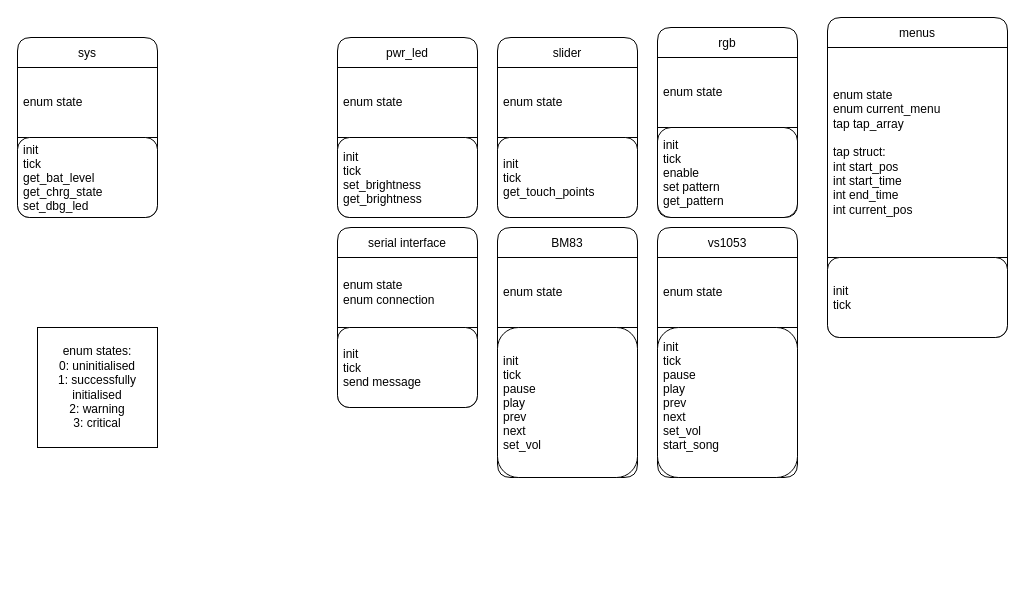
Scaniox/Glassphones keeps this draw.io diagram as V2/code/M0 firmware/program layout.drawio. Above is the earlier version. Source tidied: cells renumbered, new cells numbered last; positions are measured from the earlier drawing's top-left corner, leaving out a move shared by most shapes. Both pictures are drawn from the tidied source at 100%, with x=0, y=0 at pixel (17, 17).
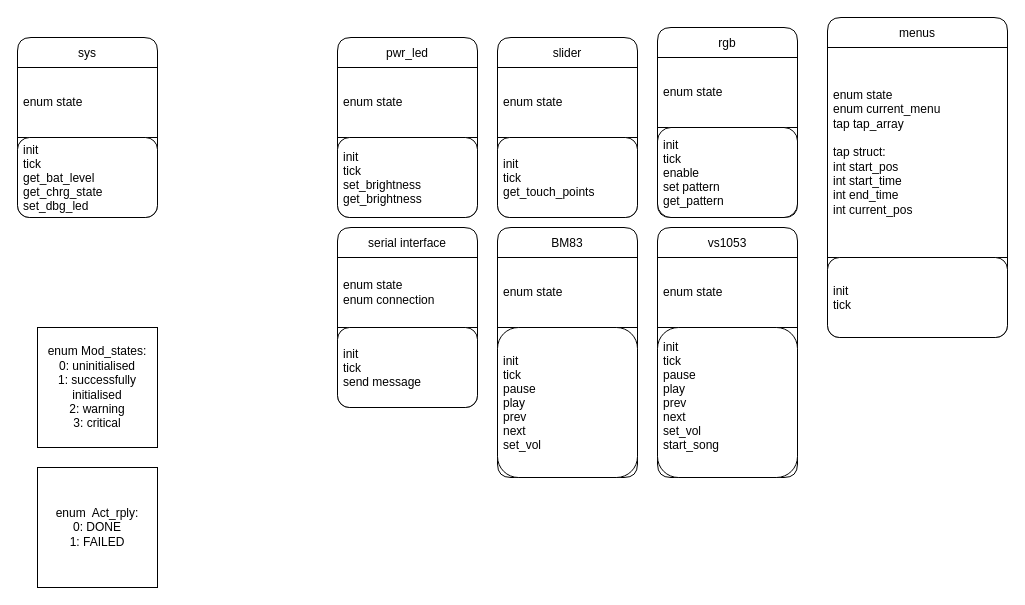
The same diagram, later.

What changed in the source:
```diff
@@
-    <mxCell id="5" value="enum states:&lt;br&gt;0: uninitialised&lt;br&gt;1: successfully initialised&lt;br&gt;2: warning&lt;br&gt;3: critical" style="rounded=0;whiteSpace=wrap;html=1;" parent="1" vertex="1">
+    <mxCell id="5" value="enum Mod_states:&lt;br&gt;0: uninitialised&lt;br&gt;1: successfully initialised&lt;br&gt;2: warning&lt;br&gt;3: critical" style="rounded=0;whiteSpace=wrap;html=1;" parent="1" vertex="1">
       <mxGeometry x="20" y="310" width="120" height="120" as="geometry" />
     </mxCell>
@@
+    <mxCell id="27" value="enum&amp;nbsp; Act_rply:&lt;br&gt;0: DONE&lt;br&gt;1: FAILED" style="rounded=0;whiteSpace=wrap;html=1;" parent="1" vertex="1">
+      <mxGeometry x="20" y="450" width="120" height="120" as="geometry" />
+    </mxCell>
```
